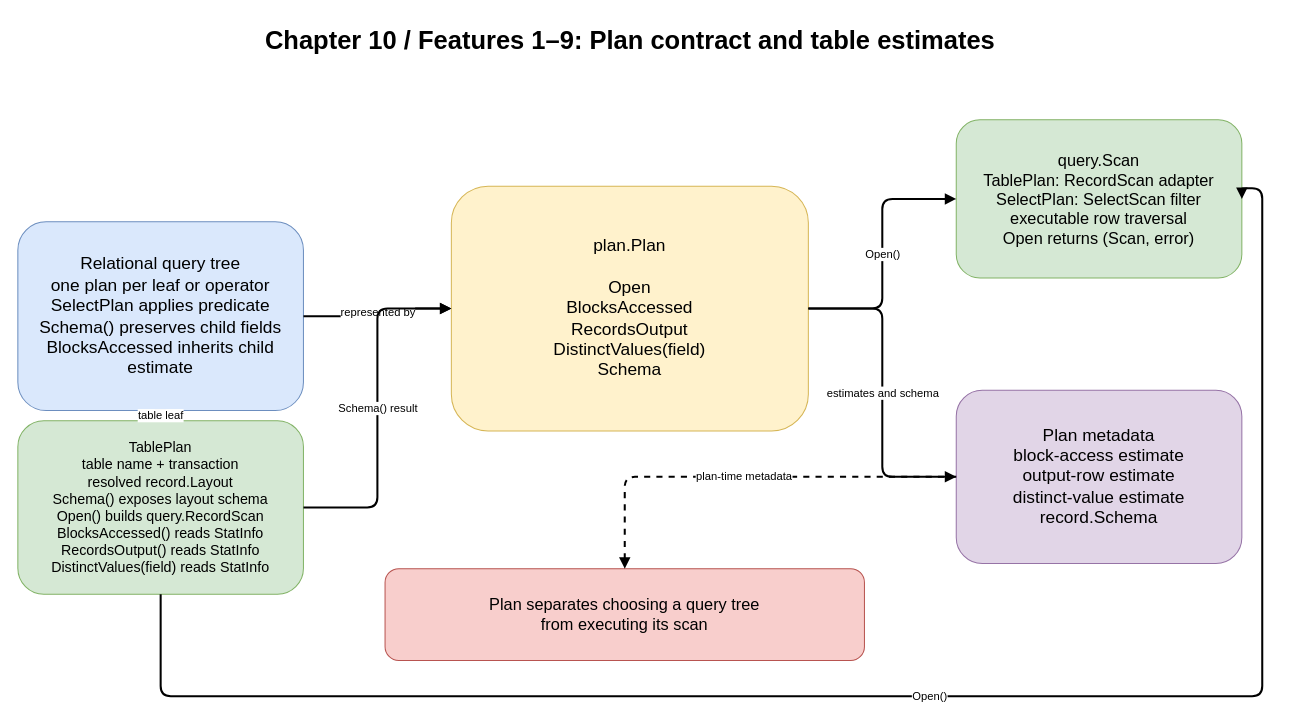
Before: docs/diagrams/ch10-plan-contract.drawio in Rwatana/simledb_in_go, a draw.io diagram. Source tidied: cells renumbered, new cells numbered last; positions are measured from the earlier drawing's top-left corner, leaving out a move shared by most shapes. Both pictures are drawn from the tidied source at 102%, with x=0, y=0 at pixel (17, 17).
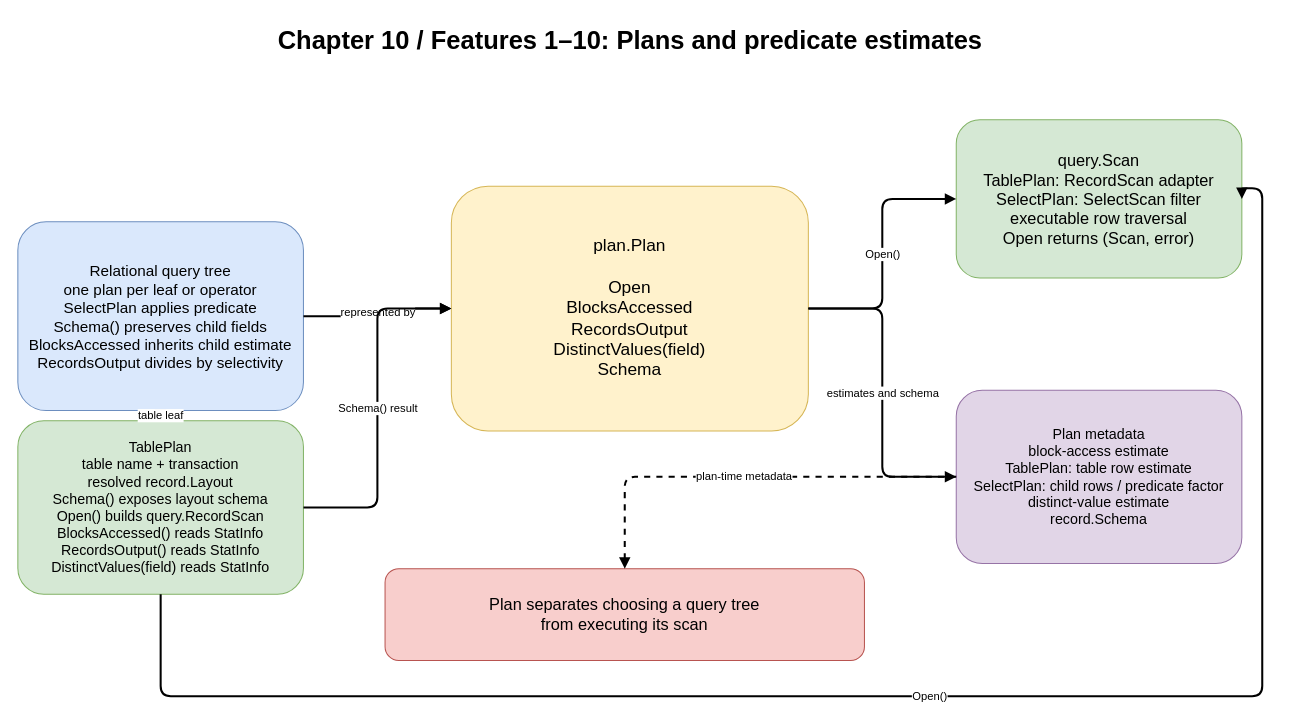
Above is the later version.

Commit message (it also covers changes not shown here):
feat: estimate select plan output rows

What changed in the source:
```diff
@@
 <mxGraphModel>
   <root>
     <mxCell id="0" />
     <mxCell id="1" parent="0" />
-    <mxCell id="2" value="Chapter 10 / Features 1–9: Plan contract and table estimates" style="text;html=1;align=center;fontSize=25;fontStyle=1;" parent="1" vertex="1">
+    <mxCell id="2" value="Chapter 10 / Features 1–10: Plans and predicate estimates" style="text;html=1;align=center;fontSize=25;fontStyle=1;" parent="1" vertex="1">
       <mxGeometry x="100" width="1000" height="55" as="geometry" />
     </mxCell>
-    <mxCell id="3" value="Relational query tree&#10;one plan per leaf or operator&#10;SelectPlan applies predicate&#10;Schema() preserves child fields&#10;BlocksAccessed inherits child estimate" style="rounded=1;whiteSpace=wrap;html=1;fillColor=#dae8fc;strokeColor=#6c8ebf;fontSize=17;" parent="1" vertex="1">
+    <mxCell id="3" value="Relational query tree&#10;one plan per leaf or operator&#10;SelectPlan applies predicate&#10;Schema() preserves child fields&#10;BlocksAccessed inherits child estimate&#10;RecordsOutput divides by selectivity" style="rounded=1;whiteSpace=wrap;html=1;fillColor=#dae8fc;strokeColor=#6c8ebf;fontSize=15;" parent="1" vertex="1">
       <mxGeometry y="200" width="280" height="185" as="geometry" />
     </mxCell>
     <mxCell id="4" value="TablePlan&#10;table name + transaction&#10;resolved record.Layout&#10;Schema() exposes layout schema&#10;Open() builds query.RecordScan&#10;BlocksAccessed() reads StatInfo&#10;RecordsOutput() reads StatInfo&#10;DistinctValues(field) reads StatInfo" style="rounded=1;whiteSpace=wrap;html=1;fillColor=#d5e8d4;strokeColor=#82b366;fontSize=14;" parent="1" vertex="1">
       <mxGeometry y="395" width="280" height="170" as="geometry" />
     </mxCell>
     <mxCell id="5" value="plan.Plan&#10;&#10;Open&#10;BlocksAccessed&#10;RecordsOutput&#10;DistinctValues(field)&#10;Schema" style="rounded=1;whiteSpace=wrap;html=1;fillColor=#fff2cc;strokeColor=#d6b656;fontSize=17;" parent="1" vertex="1">
       <mxGeometry x="425" y="165" width="350" height="240" as="geometry" />
     </mxCell>
     <mxCell id="6" value="query.Scan&#10;TablePlan: RecordScan adapter&#10;SelectPlan: SelectScan filter&#10;executable row traversal&#10;Open returns (Scan, error)" style="rounded=1;whiteSpace=wrap;html=1;fillColor=#d5e8d4;strokeColor=#82b366;fontSize=16;" parent="1" vertex="1">
       <mxGeometry x="920" y="100" width="280" height="155" as="geometry" />
     </mxCell>
-    <mxCell id="7" value="Plan metadata&#10;block-access estimate&#10;output-row estimate&#10;distinct-value estimate&#10;record.Schema" style="rounded=1;whiteSpace=wrap;html=1;fillColor=#e1d5e7;strokeColor=#9673a6;fontSize=17;" parent="1" vertex="1">
+    <mxCell id="7" value="Plan metadata&#10;block-access estimate&#10;TablePlan: table row estimate&#10;SelectPlan: child rows / predicate factor&#10;distinct-value estimate&#10;record.Schema" style="rounded=1;whiteSpace=wrap;html=1;fillColor=#e1d5e7;strokeColor=#9673a6;fontSize=14;" parent="1" vertex="1">
       <mxGeometry x="920" y="365" width="280" height="170" as="geometry" />
     </mxCell>
     <mxCell id="8" value="Plan separates choosing a query tree&#10;from executing its scan" style="rounded=1;whiteSpace=wrap;html=1;fillColor=#f8cecc;strokeColor=#b85450;fontSize=16;" parent="1" vertex="1">
       <mxGeometry x="360" y="540" width="470" height="90" as="geometry" />
     </mxCell>
     <mxCell id="9" value="represented by" style="edgeStyle=orthogonalEdgeStyle;html=1;endArrow=block;strokeWidth=2;" parent="1" edge="1" source="3" target="5">
       <mxGeometry relative="1" as="geometry" />
     </mxCell>
     <mxCell id="10" value="table leaf" style="edgeStyle=orthogonalEdgeStyle;html=1;endArrow=block;strokeWidth=2;" parent="1" edge="1" source="3" target="4">
       <mxGeometry relative="1" as="geometry" />
     </mxCell>
     <mxCell id="11" value="Schema() result" style="edgeStyle=orthogonalEdgeStyle;html=1;endArrow=block;strokeWidth=2;" parent="1" edge="1" source="4" target="5">
       <mxGeometry relative="1" as="geometry" />
     </mxCell>
     <mxCell id="12" value="Open()" style="edgeStyle=orthogonalEdgeStyle;html=1;endArrow=block;strokeWidth=2;exitX=0.5;exitY=1;exitDx=0;exitDy=0;entryX=1;entryY=0.5;entryDx=0;entryDy=0;" parent="1" edge="1" source="4" target="6">
       <mxGeometry relative="1" as="geometry">
         <Array as="points">
           <mxPoint x="140" y="665" />
           <mxPoint x="1220" y="665" />
           <mxPoint x="1220" y="167" />
         </Array>
       </mxGeometry>
     </mxCell>
     <mxCell id="13" value="Open()" style="edgeStyle=orthogonalEdgeStyle;html=1;endArrow=block;strokeWidth=2;" parent="1" edge="1" source="5" target="6">
       <mxGeometry relative="1" as="geometry" />
     </mxCell>
     <mxCell id="14" value="estimates and schema" style="edgeStyle=orthogonalEdgeStyle;html=1;endArrow=block;strokeWidth=2;" parent="1" edge="1" source="5" target="7">
       <mxGeometry relative="1" as="geometry" />
     </mxCell>
     <mxCell id="15" value="plan-time metadata" style="edgeStyle=orthogonalEdgeStyle;html=1;endArrow=block;strokeWidth=2;dashed=1;" parent="1" edge="1" source="7" target="8">
       <mxGeometry relative="1" as="geometry" />
     </mxCell>
   </root>
 </mxGraphModel>
```
